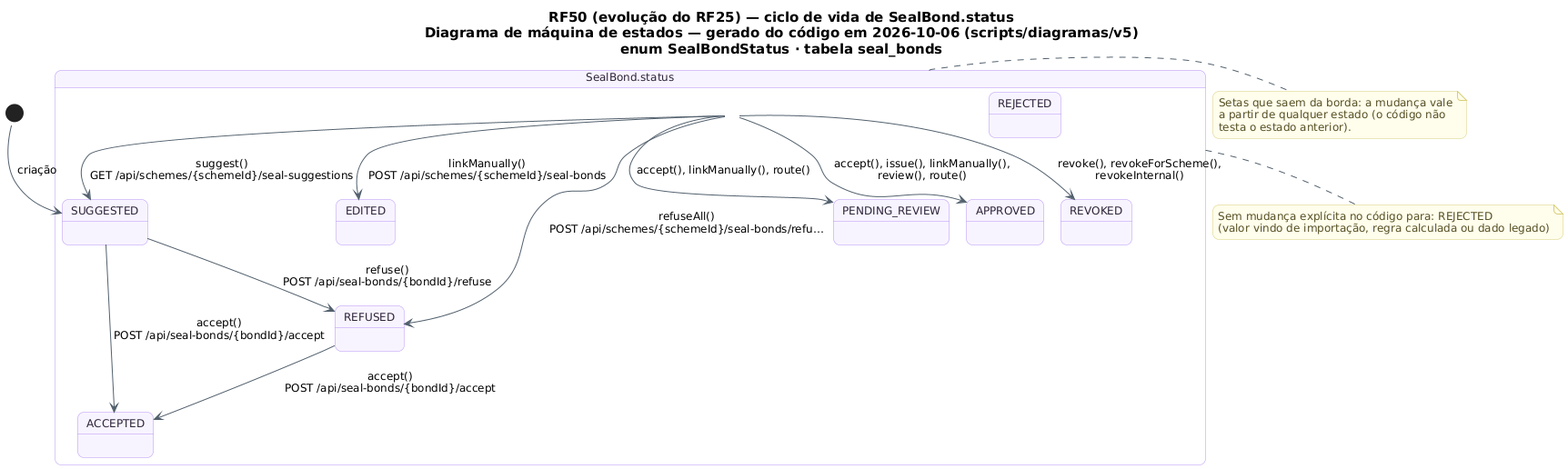
This is docs/diagramas/RF50/criador-de-selos/RF50_MaquinaDeEstados.png from MatheusHaliski/tcc-2026-fashion-ai-backend, a PlantUML export, as it was before one commit. Source of this version:
```plantuml
@startuml RF50_MaquinaDeEstados
!pragma layout smetana
skinparam backgroundColor #FFFFFF
skinparam shadowing false
skinparam defaultFontName "DejaVu Sans"
skinparam defaultFontSize 12
skinparam titleFontSize 15
skinparam roundcorner 14
skinparam ArrowColor #52606D
skinparam note {
  BackgroundColor #FFFDEB
  BorderColor #D8CE78
  FontColor #554F24
}
skinparam state {
  BackgroundColor #F8F4FF
  BorderColor #B695F5
  FontColor #2D2438
  StartColor #20A77A
  EndColor #4B5563
}
title RF50 (evolução do RF25) — ciclo de vida de SealBond.status\nDiagrama de máquina de estados — gerado do código em 2026-10-06 (scripts/diagramas/v5)\nenum SealBondStatus · tabela seal_bonds

state "SealBond.status" as Ciclo_SealBond {
  state Ciclo_SealBond_SUGGESTED as "SUGGESTED"
  state Ciclo_SealBond_ACCEPTED as "ACCEPTED"
  state Ciclo_SealBond_EDITED as "EDITED"
  state Ciclo_SealBond_REFUSED as "REFUSED"
  state Ciclo_SealBond_PENDING_REVIEW as "PENDING_REVIEW"
  state Ciclo_SealBond_APPROVED as "APPROVED"
  state Ciclo_SealBond_REJECTED as "REJECTED"
  state Ciclo_SealBond_REVOKED as "REVOKED"
}
[*] --> Ciclo_SealBond_SUGGESTED : criação
Ciclo_SealBond --> Ciclo_SealBond_APPROVED : accept(), issue(), linkManually(),\nreview(), route()
Ciclo_SealBond --> Ciclo_SealBond_EDITED : linkManually()\nPOST /api/schemes/{schemeId}/seal-bonds
Ciclo_SealBond --> Ciclo_SealBond_PENDING_REVIEW : accept(), linkManually(), route()
Ciclo_SealBond --> Ciclo_SealBond_REFUSED : refuseAll()\nPOST /api/schemes/{schemeId}/seal-bonds/refu…
Ciclo_SealBond --> Ciclo_SealBond_REVOKED : revoke(), revokeForScheme(),\nrevokeInternal()
Ciclo_SealBond --> Ciclo_SealBond_SUGGESTED : suggest()\nGET /api/schemes/{schemeId}/seal-suggestions
Ciclo_SealBond_REFUSED --> Ciclo_SealBond_ACCEPTED : accept()\nPOST /api/seal-bonds/{bondId}/accept
Ciclo_SealBond_SUGGESTED --> Ciclo_SealBond_ACCEPTED : accept()\nPOST /api/seal-bonds/{bondId}/accept
Ciclo_SealBond_SUGGESTED --> Ciclo_SealBond_REFUSED : refuse()\nPOST /api/seal-bonds/{bondId}/refuse
note bottom of Ciclo_SealBond
  Sem mudança explícita no código para: REJECTED
  (valor vindo de importação, regra calculada ou dado legado)
end note
note right of Ciclo_SealBond
  Setas que saem da borda: a mudança vale
  a partir de qualquer estado (o código não
  testa o estado anterior).
end note
@enduml
```
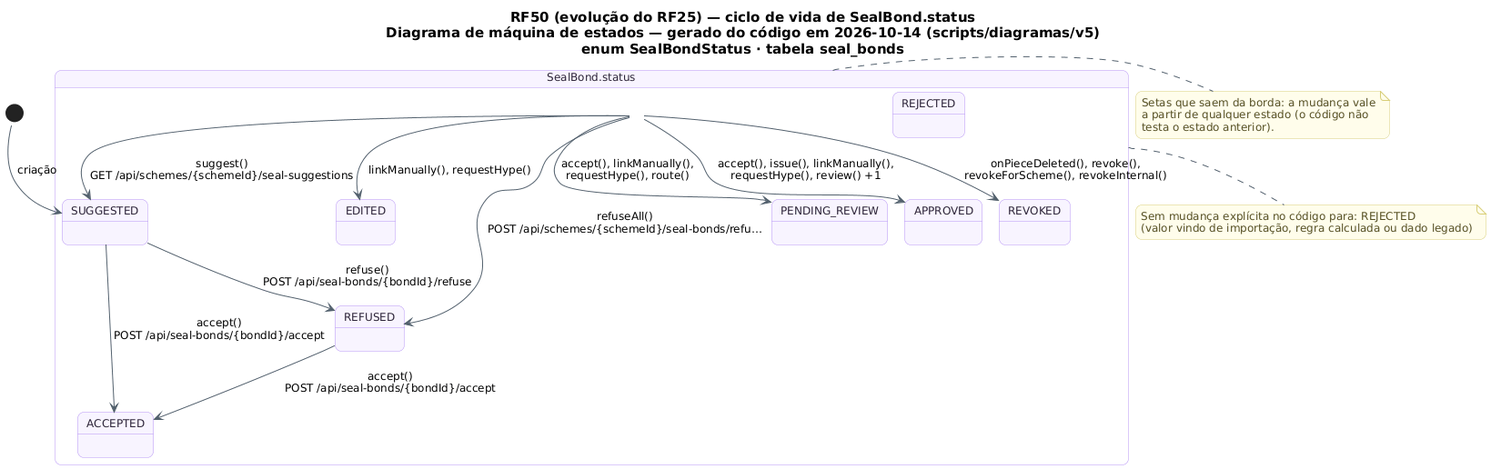
Above is the later version.

Diff of the diagram source:
```diff
@@ -19,7 +19,7 @@
   StartColor #20A77A
   EndColor #4B5563
 }
-title RF50 (evolução do RF25) — ciclo de vida de SealBond.status\nDiagrama de máquina de estados — gerado do código em 2026-10-06 (scripts/diagramas/v5)\nenum SealBondStatus · tabela seal_bonds
+title RF50 (evolução do RF25) — ciclo de vida de SealBond.status\nDiagrama de máquina de estados — gerado do código em 2026-10-14 (scripts/diagramas/v5)\nenum SealBondStatus · tabela seal_bonds
 
 state "SealBond.status" as Ciclo_SealBond {
   state Ciclo_SealBond_SUGGESTED as "SUGGESTED"
@@ -32,11 +32,11 @@
   state Ciclo_SealBond_REVOKED as "REVOKED"
 }
 [*] --> Ciclo_SealBond_SUGGESTED : criação
-Ciclo_SealBond --> Ciclo_SealBond_APPROVED : accept(), issue(), linkManually(),\nreview(), route()
-Ciclo_SealBond --> Ciclo_SealBond_EDITED : linkManually()\nPOST /api/schemes/{schemeId}/seal-bonds
-Ciclo_SealBond --> Ciclo_SealBond_PENDING_REVIEW : accept(), linkManually(), route()
+Ciclo_SealBond --> Ciclo_SealBond_APPROVED : accept(), issue(), linkManually(),\nrequestHype(), review() +1
+Ciclo_SealBond --> Ciclo_SealBond_EDITED : linkManually(), requestHype()
+Ciclo_SealBond --> Ciclo_SealBond_PENDING_REVIEW : accept(), linkManually(),\nrequestHype(), route()
 Ciclo_SealBond --> Ciclo_SealBond_REFUSED : refuseAll()\nPOST /api/schemes/{schemeId}/seal-bonds/refu…
-Ciclo_SealBond --> Ciclo_SealBond_REVOKED : revoke(), revokeForScheme(),\nrevokeInternal()
+Ciclo_SealBond --> Ciclo_SealBond_REVOKED : onPieceDeleted(), revoke(),\nrevokeForScheme(), revokeInternal()
 Ciclo_SealBond --> Ciclo_SealBond_SUGGESTED : suggest()\nGET /api/schemes/{schemeId}/seal-suggestions
 Ciclo_SealBond_REFUSED --> Ciclo_SealBond_ACCEPTED : accept()\nPOST /api/seal-bonds/{bondId}/accept
 Ciclo_SealBond_SUGGESTED --> Ciclo_SealBond_ACCEPTED : accept()\nPOST /api/seal-bonds/{bondId}/accept
```
